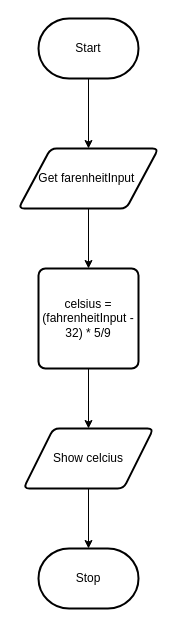
This is design/flowchart.drawio from MTHS-ICD2O-1-2023/ICD2O-Unit-3-04-kai-nguyen-4, a draw.io file, before an edit. Source tidied: cells renumbered, new cells numbered last; positions are measured from the earlier drawing's top-left corner, leaving out a move shared by most shapes. Both pictures are drawn from the tidied source at 100%, with x=0, y=0 at pixel (18, 18).
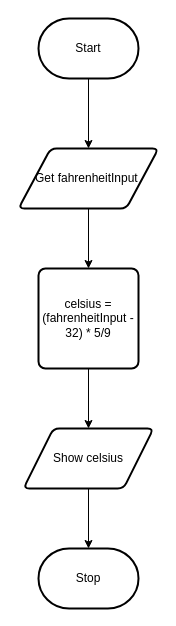
Above is the later version.

What changed in the source:
```diff
@@
 <mxGraphModel>
   <root>
     <mxCell id="0" />
     <mxCell id="1" parent="0" />
     <mxCell id="2" style="edgeStyle=none;html=1;" parent="1" edge="1" source="3" target="6">
       <mxGeometry relative="1" as="geometry" />
     </mxCell>
     <mxCell id="3" value="Start" style="strokeWidth=2;html=1;shape=mxgraph.flowchart.terminator;whiteSpace=wrap;" parent="1" vertex="1">
       <mxGeometry x="20" width="100" height="60" as="geometry" />
     </mxCell>
     <mxCell id="4" value="Stop" style="strokeWidth=2;html=1;shape=mxgraph.flowchart.terminator;whiteSpace=wrap;" parent="1" vertex="1">
       <mxGeometry x="20" y="530" width="100" height="60" as="geometry" />
     </mxCell>
     <mxCell id="5" style="edgeStyle=none;html=1;" parent="1" edge="1" source="6" target="8">
       <mxGeometry relative="1" as="geometry" />
     </mxCell>
-    <mxCell id="6" value="Get farenheitInput&amp;nbsp;" style="shape=parallelogram;html=1;strokeWidth=2;perimeter=parallelogramPerimeter;whiteSpace=wrap;rounded=1;arcSize=12;size=0.23;" parent="1" vertex="1">
+    <mxCell id="6" value="Get fahrenheitInput&amp;nbsp;" style="shape=parallelogram;html=1;strokeWidth=2;perimeter=parallelogramPerimeter;whiteSpace=wrap;rounded=1;arcSize=12;size=0.23;" parent="1" vertex="1">
       <mxGeometry y="130" width="140" height="60" as="geometry" />
     </mxCell>
     <mxCell id="7" style="edgeStyle=none;html=1;" parent="1" edge="1" source="8" target="10">
       <mxGeometry relative="1" as="geometry" />
     </mxCell>
     <mxCell id="8" value="celsius = (fahrenheitInput - 32) * 5/9" style="rounded=1;whiteSpace=wrap;html=1;absoluteArcSize=1;arcSize=14;strokeWidth=2;" parent="1" vertex="1">
       <mxGeometry x="20" y="250" width="100" height="100" as="geometry" />
     </mxCell>
     <mxCell id="9" style="edgeStyle=none;html=1;" parent="1" edge="1" source="10" target="4">
       <mxGeometry relative="1" as="geometry" />
     </mxCell>
-    <mxCell id="10" value="Show celcius" style="shape=parallelogram;html=1;strokeWidth=2;perimeter=parallelogramPerimeter;whiteSpace=wrap;rounded=1;arcSize=12;size=0.23;" parent="1" vertex="1">
+    <mxCell id="10" value="Show celsius" style="shape=parallelogram;html=1;strokeWidth=2;perimeter=parallelogramPerimeter;whiteSpace=wrap;rounded=1;arcSize=12;size=0.23;" parent="1" vertex="1">
       <mxGeometry x="5" y="410" width="130" height="60" as="geometry" />
     </mxCell>
   </root>
 </mxGraphModel>
```
